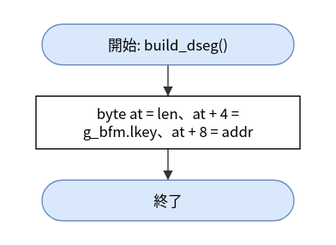
hf355051012-ai/bfmem keeps this draw.io diagram as doc/spec/images/flow_src_bfm_ops-build_dseg.drawio.svg. Above is the earlier version. Source tidied: cells renumbered, new cells last; positions are measured from the earlier drawing's top-left corner, leaving out a move shared by most shapes.
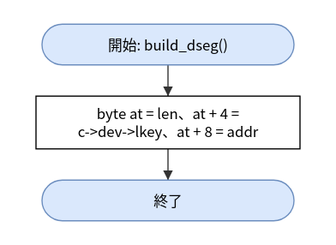
The same diagram one commit later.

The edit, as a diff of the source:
```diff
@@ -5,7 +5,7 @@
     <mxCell id="2" value="開始: build_dseg()" style="rounded=1;arcSize=50;whiteSpace=wrap;html=1;fillColor=#dae8fc;strokeColor=#6c8ebf;" parent="1" vertex="1">
       <mxGeometry x="5" width="210" height="34" as="geometry" />
     </mxCell>
-    <mxCell id="3" value="byte at = len、at + 4 =&lt;br&gt;g_bfm.lkey、at + 8 = addr" style="rounded=0;whiteSpace=wrap;html=1;" parent="1" vertex="1">
+    <mxCell id="3" value="byte at = len、at + 4 =&lt;br&gt;c-&amp;gt;dev-&amp;gt;lkey、at + 8 = addr" style="rounded=0;whiteSpace=wrap;html=1;" parent="1" vertex="1">
       <mxGeometry y="60" width="220" height="44" as="geometry" />
     </mxCell>
     <mxCell id="4" value="終了" style="rounded=1;arcSize=50;whiteSpace=wrap;html=1;fillColor=#dae8fc;strokeColor=#6c8ebf;" parent="1" vertex="1">
```
